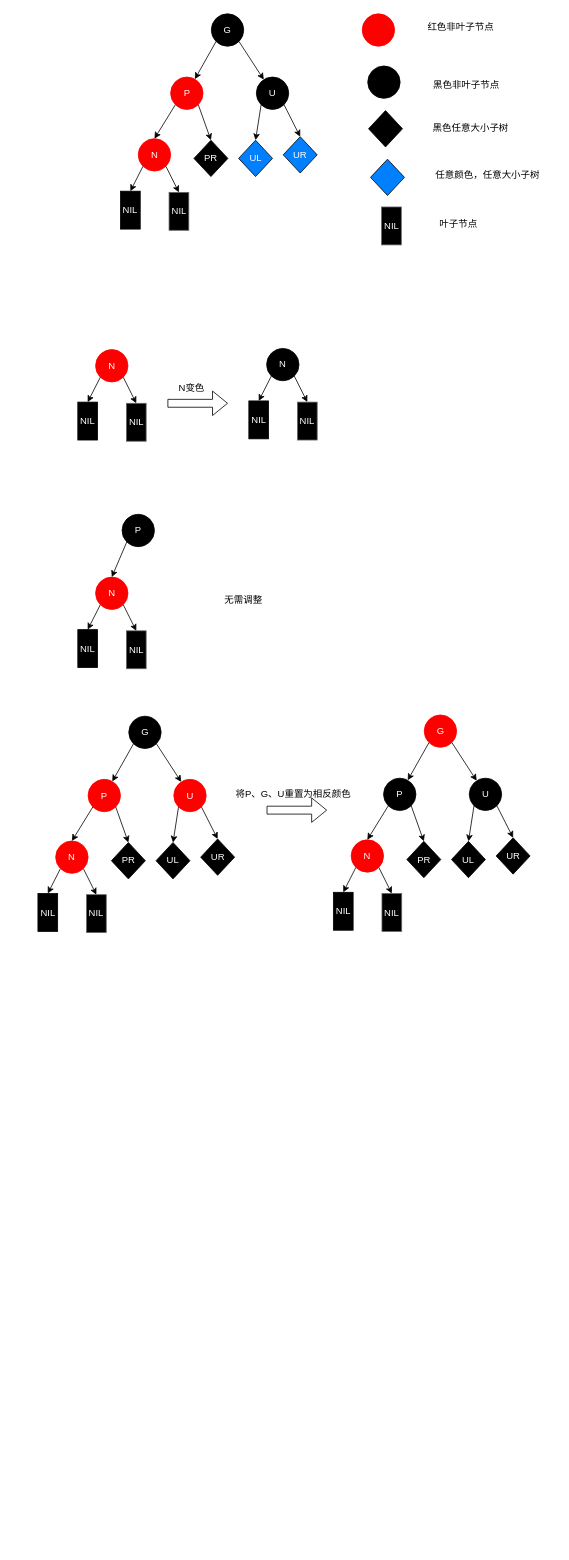
This is Untitled Diagram.drawio from onwayboy/-, a draw.io file, before an edit. Source tidied: cells renumbered, new cells numbered last; positions are measured from the earlier drawing's top-left corner, leaving out a move shared by most shapes. Both pictures are drawn from the tidied source at 79%, with x=0, y=0 at pixel (38, 13).
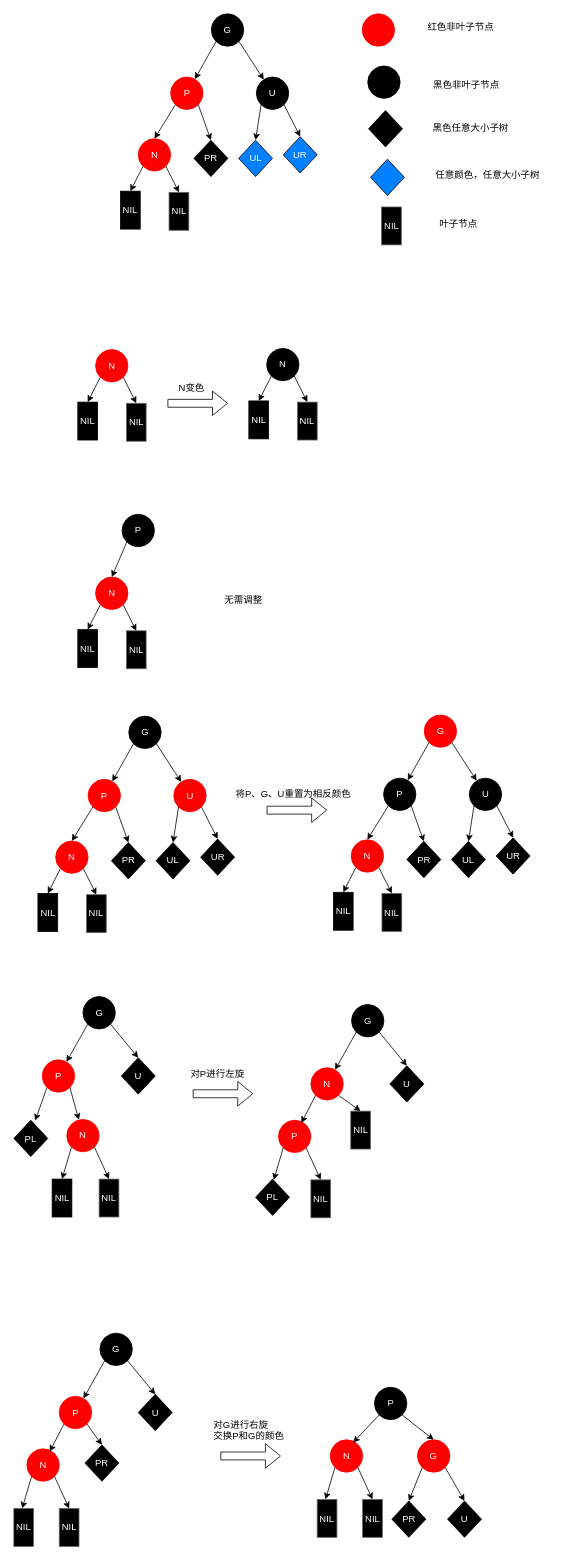
The same page after the edit.

Diff of the diagram source:
```diff
@@
+    <mxCell id="85" style="edgeStyle=none;rounded=0;jettySize=auto;html=1;exitX=0;exitY=1;exitDx=0;exitDy=0;entryX=0.5;entryY=0;entryDx=0;entryDy=0;" parent="1" edge="1" source="87" target="96">
+      <mxGeometry relative="1" as="geometry" />
+    </mxCell>
+    <mxCell id="86" style="edgeStyle=none;rounded=0;jettySize=auto;html=1;exitX=1;exitY=1;exitDx=0;exitDy=0;entryX=0.5;entryY=0;entryDx=0;entryDy=0;" parent="1" edge="1" source="87" target="97">
+      <mxGeometry relative="1" as="geometry" />
+    </mxCell>
+    <mxCell id="87" value="N" style="ellipse;whiteSpace=wrap;html=1;fillColor=#FF0000;strokeColor=#FF0000;fontColor=#ffffff;" parent="1" vertex="1">
+      <mxGeometry x="36" y="1399.5" width="41" height="41" as="geometry" />
+    </mxCell>
+    <mxCell id="88" style="rounded=0;jettySize=auto;html=1;exitX=0;exitY=1;exitDx=0;exitDy=0;entryX=0.628;entryY=0.011;entryDx=0;entryDy=0;entryPerimeter=0;" parent="1" edge="1" source="90" target="91">
+      <mxGeometry relative="1" as="geometry" />
+    </mxCell>
+    <mxCell id="89" style="edgeStyle=none;rounded=0;jettySize=auto;html=1;exitX=1;exitY=1;exitDx=0;exitDy=0;" parent="1" edge="1" source="90" target="87">
+      <mxGeometry relative="1" as="geometry" />
+    </mxCell>
+    <mxCell id="90" value="P" style="ellipse;whiteSpace=wrap;html=1;fillColor=#FF0000;strokeColor=#FF0000;fontColor=#ffffff;" parent="1" vertex="1">
+      <mxGeometry x="5" y="1324" width="41" height="41" as="geometry" />
+    </mxCell>
+    <mxCell id="91" value="&lt;font color=&quot;#ffffff&quot;&gt;PL&lt;/font&gt;" style="rhombus;whiteSpace=wrap;html=1;fillColor=#000000;" parent="1" vertex="1">
+      <mxGeometry x="-31" y="1400.5" width="43" height="46" as="geometry" />
+    </mxCell>
+    <mxCell id="92" style="rounded=0;jettySize=auto;html=1;exitX=0;exitY=1;exitDx=0;exitDy=0;" parent="1" edge="1" source="94" target="90">
+      <mxGeometry relative="1" as="geometry" />
+    </mxCell>
+    <mxCell id="93" style="edgeStyle=none;rounded=0;jettySize=auto;html=1;exitX=1;exitY=1;exitDx=0;exitDy=0;entryX=0.5;entryY=0;entryDx=0;entryDy=0;" parent="1" edge="1" source="94" target="95">
+      <mxGeometry relative="1" as="geometry" />
+    </mxCell>
+    <mxCell id="94" value="G" style="ellipse;whiteSpace=wrap;html=1;fillColor=#000000;strokeColor=#000000;fontColor=#ffffff;" parent="1" vertex="1">
+      <mxGeometry x="56.5" y="1244" width="41" height="41" as="geometry" />
+    </mxCell>
+    <mxCell id="95" value="&lt;font color=&quot;#ffffff&quot;&gt;U&lt;/font&gt;" style="rhombus;whiteSpace=wrap;html=1;fillColor=#000000;" parent="1" vertex="1">
+      <mxGeometry x="105" y="1321.5" width="43" height="46" as="geometry" />
+    </mxCell>
+    <mxCell id="96" value="NIL" style="rounded=0;whiteSpace=wrap;html=1;fontColor=#FFFFFF;fillColor=#000000;" parent="1" vertex="1">
+      <mxGeometry x="17.5" y="1475" width="25" height="48" as="geometry" />
+    </mxCell>
+    <mxCell id="97" value="NIL" style="rounded=0;whiteSpace=wrap;html=1;fillColor=#000000;strokeColor=#666666;gradientColor=#000000;fontColor=#FFFFFF;" parent="1" vertex="1">
+      <mxGeometry x="77" y="1475" width="25" height="48" as="geometry" />
+    </mxCell>
+    <mxCell id="98" style="edgeStyle=none;rounded=0;jettySize=auto;html=1;exitX=0;exitY=1;exitDx=0;exitDy=0;entryX=0.5;entryY=0;entryDx=0;entryDy=0;" parent="1" edge="1" source="100">
+      <mxGeometry relative="1" as="geometry">
+        <mxPoint x="298" y="1476" as="targetPoint" />
+      </mxGeometry>
+    </mxCell>
+    <mxCell id="99" style="edgeStyle=none;rounded=0;jettySize=auto;html=1;exitX=1;exitY=1;exitDx=0;exitDy=0;entryX=0.5;entryY=0;entryDx=0;entryDy=0;" parent="1" edge="1" source="100" target="109">
+      <mxGeometry relative="1" as="geometry" />
+    </mxCell>
+    <mxCell id="100" value="P" style="ellipse;whiteSpace=wrap;html=1;fillColor=#FF0000;strokeColor=#FF0000;fontColor=#ffffff;" parent="1" vertex="1">
+      <mxGeometry x="304" y="1400.5" width="41" height="41" as="geometry" />
+    </mxCell>
+    <mxCell id="101" style="edgeStyle=none;rounded=0;jettySize=auto;html=1;exitX=0;exitY=1;exitDx=0;exitDy=0;entryX=0.707;entryY=0.085;entryDx=0;entryDy=0;entryPerimeter=0;" parent="1" edge="1" source="103" target="100">
+      <mxGeometry relative="1" as="geometry" />
+    </mxCell>
+    <mxCell id="102" style="edgeStyle=none;rounded=0;jettySize=auto;html=1;exitX=1;exitY=1;exitDx=0;exitDy=0;entryX=0.5;entryY=0;entryDx=0;entryDy=0;" parent="1" edge="1" source="103" target="110">
+      <mxGeometry relative="1" as="geometry" />
+    </mxCell>
+    <mxCell id="103" value="N" style="ellipse;whiteSpace=wrap;html=1;fillColor=#FF0000;strokeColor=#FF0000;fontColor=#ffffff;" parent="1" vertex="1">
+      <mxGeometry x="345" y="1334" width="41" height="41" as="geometry" />
+    </mxCell>
+    <mxCell id="104" value="&lt;font color=&quot;#ffffff&quot;&gt;PL&lt;/font&gt;" style="rhombus;whiteSpace=wrap;html=1;fillColor=#000000;" parent="1" vertex="1">
+      <mxGeometry x="275" y="1475" width="43" height="46" as="geometry" />
+    </mxCell>
+    <mxCell id="105" style="rounded=0;jettySize=auto;html=1;exitX=0;exitY=1;exitDx=0;exitDy=0;" parent="1" edge="1" source="107" target="103">
+      <mxGeometry relative="1" as="geometry" />
+    </mxCell>
+    <mxCell id="106" style="edgeStyle=none;rounded=0;jettySize=auto;html=1;exitX=1;exitY=1;exitDx=0;exitDy=0;entryX=0.5;entryY=0;entryDx=0;entryDy=0;" parent="1" edge="1" source="107" target="108">
+      <mxGeometry relative="1" as="geometry" />
+    </mxCell>
+    <mxCell id="107" value="G" style="ellipse;whiteSpace=wrap;html=1;fillColor=#000000;strokeColor=#000000;fontColor=#ffffff;" parent="1" vertex="1">
+      <mxGeometry x="396.5" y="1254" width="41" height="41" as="geometry" />
+    </mxCell>
+    <mxCell id="108" value="&lt;font color=&quot;#ffffff&quot;&gt;U&lt;/font&gt;" style="rhombus;whiteSpace=wrap;html=1;fillColor=#000000;" parent="1" vertex="1">
+      <mxGeometry x="445" y="1331.5" width="43" height="46" as="geometry" />
+    </mxCell>
+    <mxCell id="109" value="NIL" style="rounded=0;whiteSpace=wrap;html=1;fillColor=#000000;strokeColor=#666666;gradientColor=#000000;fontColor=#FFFFFF;" parent="1" vertex="1">
+      <mxGeometry x="345" y="1476" width="25" height="48" as="geometry" />
+    </mxCell>
+    <mxCell id="110" value="NIL" style="rounded=0;whiteSpace=wrap;html=1;fillColor=#000000;strokeColor=#666666;gradientColor=#000000;fontColor=#FFFFFF;" parent="1" vertex="1">
+      <mxGeometry x="395.5" y="1389" width="25" height="48" as="geometry" />
+    </mxCell>
+    <mxCell id="111" style="shape=flexArrow;endArrow=classic;html=1;" parent="1" edge="1">
+      <mxGeometry relative="1" as="geometry">
+        <mxPoint x="195.5" y="1367" as="sourcePoint" />
+        <mxPoint x="272" y="1367" as="targetPoint" />
+      </mxGeometry>
+    </mxCell>
+    <mxCell id="112" value="对P进行左旋" style="text;html=1;align=left;verticalAlign=top;spacingTop=-4;" parent="1" vertex="1">
+      <mxGeometry x="190.5" y="1332" width="78" height="14" as="geometry" />
+    </mxCell>
+    <mxCell id="113" style="edgeStyle=none;rounded=0;jettySize=auto;html=1;exitX=0;exitY=1;exitDx=0;exitDy=0;entryX=0.5;entryY=0;entryDx=0;entryDy=0;" parent="1" edge="1" source="115">
+      <mxGeometry relative="1" as="geometry">
+        <mxPoint x="-20.5" y="1892" as="targetPoint" />
+      </mxGeometry>
+    </mxCell>
+    <mxCell id="114" style="edgeStyle=none;rounded=0;jettySize=auto;html=1;exitX=1;exitY=1;exitDx=0;exitDy=0;entryX=0.5;entryY=0;entryDx=0;entryDy=0;" parent="1" edge="1" source="115" target="123">
+      <mxGeometry relative="1" as="geometry" />
+    </mxCell>
+    <mxCell id="115" value="N" style="ellipse;whiteSpace=wrap;html=1;fillColor=#FF0000;strokeColor=#FF0000;fontColor=#ffffff;" parent="1" vertex="1">
+      <mxGeometry x="-14.5" y="1816.5" width="41" height="41" as="geometry" />
+    </mxCell>
+    <mxCell id="116" style="edgeStyle=none;rounded=0;jettySize=auto;html=1;exitX=0;exitY=1;exitDx=0;exitDy=0;entryX=0.707;entryY=0.085;entryDx=0;entryDy=0;entryPerimeter=0;" parent="1" edge="1" source="118" target="115">
+      <mxGeometry relative="1" as="geometry" />
+    </mxCell>
+    <mxCell id="117" style="edgeStyle=none;rounded=0;jettySize=auto;html=1;exitX=1;exitY=1;exitDx=0;exitDy=0;entryX=0.5;entryY=0;entryDx=0;entryDy=0;" parent="1" edge="1" source="118" target="124">
+      <mxGeometry relative="1" as="geometry" />
+    </mxCell>
+    <mxCell id="118" value="P" style="ellipse;whiteSpace=wrap;html=1;fillColor=#FF0000;strokeColor=#FF0000;fontColor=#ffffff;" parent="1" vertex="1">
+      <mxGeometry x="26.5" y="1750" width="41" height="41" as="geometry" />
+    </mxCell>
+    <mxCell id="119" style="rounded=0;jettySize=auto;html=1;exitX=0;exitY=1;exitDx=0;exitDy=0;" parent="1" edge="1" source="121" target="118">
+      <mxGeometry relative="1" as="geometry" />
+    </mxCell>
+    <mxCell id="120" style="edgeStyle=none;rounded=0;jettySize=auto;html=1;exitX=1;exitY=1;exitDx=0;exitDy=0;entryX=0.5;entryY=0;entryDx=0;entryDy=0;" parent="1" edge="1" source="121" target="122">
+      <mxGeometry relative="1" as="geometry" />
+    </mxCell>
+    <mxCell id="121" value="G" style="ellipse;whiteSpace=wrap;html=1;fillColor=#000000;strokeColor=#000000;fontColor=#ffffff;" parent="1" vertex="1">
+      <mxGeometry x="78" y="1670" width="41" height="41" as="geometry" />
+    </mxCell>
+    <mxCell id="122" value="&lt;font color=&quot;#ffffff&quot;&gt;U&lt;/font&gt;" style="rhombus;whiteSpace=wrap;html=1;fillColor=#000000;" parent="1" vertex="1">
+      <mxGeometry x="126.5" y="1747.5" width="43" height="46" as="geometry" />
+    </mxCell>
+    <mxCell id="123" value="NIL" style="rounded=0;whiteSpace=wrap;html=1;fillColor=#000000;strokeColor=#666666;gradientColor=#000000;fontColor=#FFFFFF;" parent="1" vertex="1">
+      <mxGeometry x="26.5" y="1892" width="25" height="48" as="geometry" />
+    </mxCell>
+    <mxCell id="124" value="&lt;font color=&quot;#ffffff&quot;&gt;PR&lt;/font&gt;" style="rhombus;whiteSpace=wrap;html=1;fillColor=#000000;" parent="1" vertex="1">
+      <mxGeometry x="59" y="1811.5" width="43" height="46" as="geometry" />
+    </mxCell>
+    <mxCell id="125" value="NIL" style="rounded=0;whiteSpace=wrap;html=1;fillColor=#000000;strokeColor=#666666;gradientColor=#000000;fontColor=#FFFFFF;" parent="1" vertex="1">
+      <mxGeometry x="-31" y="1892" width="25" height="48" as="geometry" />
+    </mxCell>
+    <mxCell id="126" style="edgeStyle=none;rounded=0;jettySize=auto;html=1;exitX=0;exitY=1;exitDx=0;exitDy=0;entryX=0.5;entryY=0;entryDx=0;entryDy=0;" parent="1" edge="1" source="128">
+      <mxGeometry relative="1" as="geometry">
+        <mxPoint x="363.5" y="1880.5" as="targetPoint" />
+      </mxGeometry>
+    </mxCell>
+    <mxCell id="127" style="edgeStyle=none;rounded=0;jettySize=auto;html=1;exitX=1;exitY=1;exitDx=0;exitDy=0;entryX=0.5;entryY=0;entryDx=0;entryDy=0;" parent="1" edge="1" source="128" target="136">
+      <mxGeometry relative="1" as="geometry" />
+    </mxCell>
+    <mxCell id="128" value="N" style="ellipse;whiteSpace=wrap;html=1;fillColor=#FF0000;strokeColor=#FF0000;fontColor=#ffffff;" parent="1" vertex="1">
+      <mxGeometry x="369.5" y="1805" width="41" height="41" as="geometry" />
+    </mxCell>
+    <mxCell id="129" style="edgeStyle=none;rounded=0;jettySize=auto;html=1;exitX=0;exitY=1;exitDx=0;exitDy=0;entryX=0.707;entryY=0.085;entryDx=0;entryDy=0;entryPerimeter=0;" parent="1" edge="1" source="131" target="128">
+      <mxGeometry relative="1" as="geometry" />
+    </mxCell>
+    <mxCell id="130" style="edgeStyle=none;rounded=0;jettySize=auto;html=1;exitX=1;exitY=1;exitDx=0;exitDy=0;entryX=0.5;entryY=0;entryDx=0;entryDy=0;" parent="1" edge="1" source="131" target="134">
+      <mxGeometry relative="1" as="geometry" />
+    </mxCell>
+    <mxCell id="131" value="P" style="ellipse;whiteSpace=wrap;html=1;fillColor=#000000;strokeColor=#000000;fontColor=#ffffff;" parent="1" vertex="1">
+      <mxGeometry x="425.5" y="1738.5" width="41" height="41" as="geometry" />
+    </mxCell>
+    <mxCell id="132" style="edgeStyle=none;rounded=0;jettySize=auto;html=1;exitX=1;exitY=1;exitDx=0;exitDy=0;entryX=0.5;entryY=0;entryDx=0;entryDy=0;" parent="1" edge="1" source="134" target="135">
+      <mxGeometry relative="1" as="geometry" />
+    </mxCell>
+    <mxCell id="133" style="edgeStyle=none;rounded=0;jettySize=auto;html=1;exitX=0;exitY=1;exitDx=0;exitDy=0;entryX=0.5;entryY=0;entryDx=0;entryDy=0;" parent="1" edge="1" source="134" target="137">
+      <mxGeometry relative="1" as="geometry" />
+    </mxCell>
+    <mxCell id="134" value="G" style="ellipse;whiteSpace=wrap;html=1;fillColor=#FF0000;strokeColor=#FF0000;fontColor=#ffffff;" parent="1" vertex="1">
+      <mxGeometry x="480" y="1805" width="41" height="41" as="geometry" />
+    </mxCell>
+    <mxCell id="135" value="&lt;font color=&quot;#ffffff&quot;&gt;U&lt;/font&gt;" style="rhombus;whiteSpace=wrap;html=1;fillColor=#000000;" parent="1" vertex="1">
+      <mxGeometry x="518" y="1882.5" width="43" height="46" as="geometry" />
+    </mxCell>
+    <mxCell id="136" value="NIL" style="rounded=0;whiteSpace=wrap;html=1;fillColor=#000000;strokeColor=#666666;gradientColor=#000000;fontColor=#FFFFFF;" parent="1" vertex="1">
+      <mxGeometry x="410.5" y="1880.5" width="25" height="48" as="geometry" />
+    </mxCell>
+    <mxCell id="137" value="&lt;font color=&quot;#ffffff&quot;&gt;PR&lt;/font&gt;" style="rhombus;whiteSpace=wrap;html=1;fillColor=#000000;" parent="1" vertex="1">
+      <mxGeometry x="447.5" y="1882.5" width="43" height="46" as="geometry" />
+    </mxCell>
+    <mxCell id="138" value="NIL" style="rounded=0;whiteSpace=wrap;html=1;fillColor=#000000;strokeColor=#666666;gradientColor=#000000;fontColor=#FFFFFF;" parent="1" vertex="1">
+      <mxGeometry x="353" y="1880.5" width="25" height="48" as="geometry" />
+    </mxCell>
+    <mxCell id="139" style="shape=flexArrow;endArrow=classic;html=1;" parent="1" edge="1">
+      <mxGeometry relative="1" as="geometry">
+        <mxPoint x="230.5" y="1825.5" as="sourcePoint" />
+        <mxPoint x="307" y="1825.5" as="targetPoint" />
+      </mxGeometry>
+    </mxCell>
+    <mxCell id="140" value="对G进行右旋&lt;br&gt;交换P和G的颜色&lt;br&gt;" style="text;html=1;align=left;verticalAlign=top;spacingTop=-4;" parent="1" vertex="1">
+      <mxGeometry x="220" y="1777" width="99" height="28" as="geometry" />
+    </mxCell>
```
